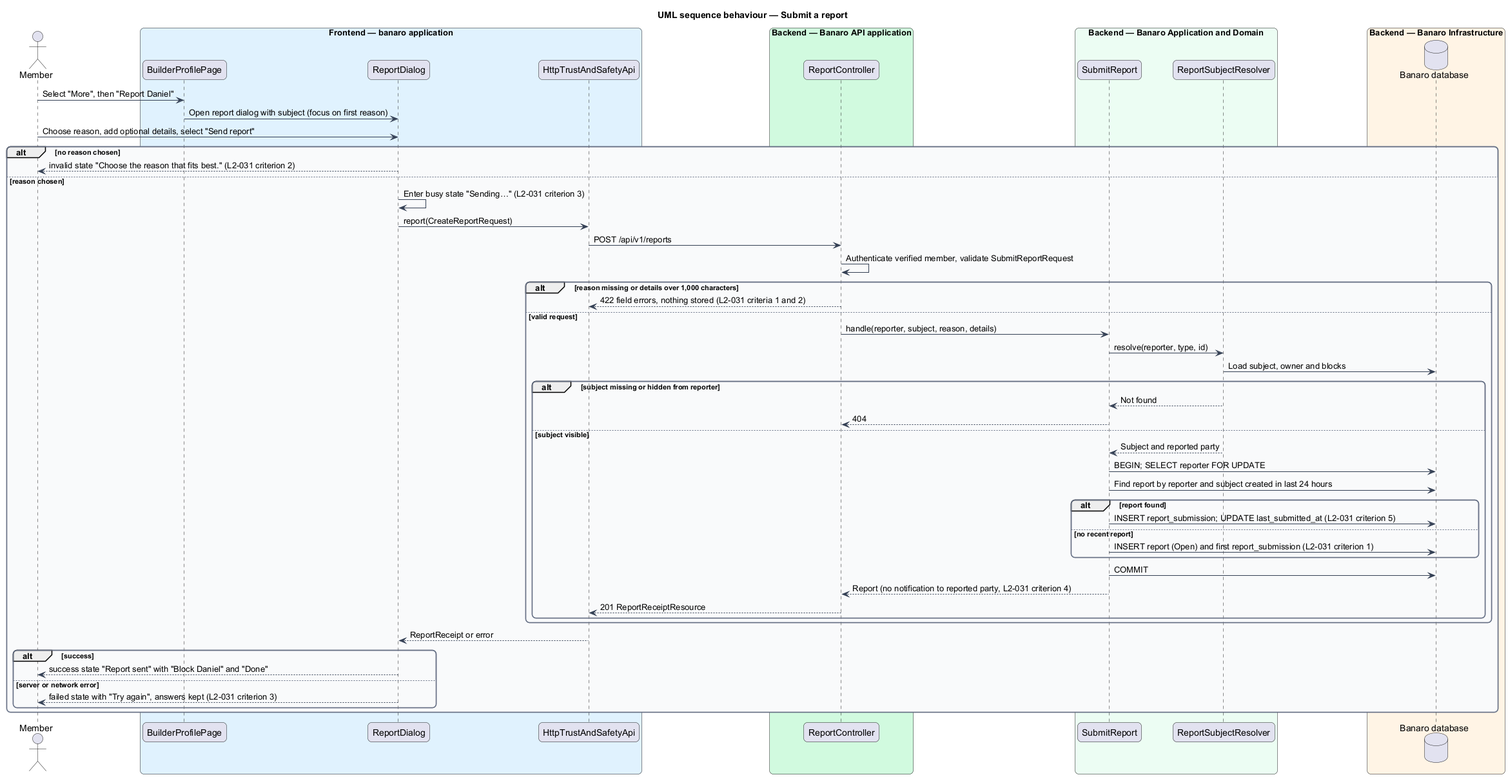
Before: docs/detailed-designs/trust-and-safety/report-content/diagrams/sequence-submit-report.png, a diagram exported from PlantUML (QuinntyneBrown/banaro). The source it was exported from:
```plantuml
@startuml
title UML sequence behaviour — Submit a report
skinparam backgroundColor #FFFFFF
skinparam shadowing false
skinparam roundcorner 12
skinparam defaultFontName Arial
skinparam ArrowColor #344054
skinparam rectangle {
  BorderColor #344054
  FontColor #101828
}
skinparam package {
  BorderColor #667085
  FontColor #101828
  BackgroundColor #F9FAFB
}
actor "Member" as actor
box "Frontend — banaro application" #E0F2FE
  participant "BuilderProfilePage" as page
  participant "ReportDialog" as dialog
  participant "HttpTrustAndSafetyApi" as client
end box
box "Backend — Banaro API application" #D1FADF
  participant "ReportController" as controller
end box
box "Backend — Banaro Application and Domain" #ECFDF3
  participant "SubmitReport" as action
  participant "ReportSubjectResolver" as resolver
end box
box "Backend — Banaro Infrastructure" #FFF4E5
  database "Banaro database" as db
end box

actor -> page : Select "More", then "Report Daniel"
page -> dialog : Open report dialog with subject (focus on first reason)
actor -> dialog : Choose reason, add optional details, select "Send report"
alt no reason chosen
  dialog --> actor : invalid state "Choose the reason that fits best." (L2-031 criterion 2)
else reason chosen
  dialog -> dialog : Enter busy state "Sending…" (L2-031 criterion 3)
  dialog -> client : report(CreateReportRequest)
  client -> controller : POST /api/v1/reports
  controller -> controller : Authenticate verified member, validate SubmitReportRequest
  alt reason missing or details over 1,000 characters
    controller --> client : 422 field errors, nothing stored (L2-031 criteria 1 and 2)
  else valid request
    controller -> action : handle(reporter, subject, reason, details)
    action -> resolver : resolve(reporter, type, id)
    resolver -> db : Load subject, owner and blocks
    alt subject missing or hidden from reporter
      resolver --> action : Not found
      action --> controller : 404
    else subject visible
      resolver --> action : Subject and reported party
      action -> db : BEGIN; SELECT reporter FOR UPDATE
      action -> db : Find report by reporter and subject created in last 24 hours
      alt report found
        action -> db : INSERT report_submission; UPDATE last_submitted_at (L2-031 criterion 5)
      else no recent report
        action -> db : INSERT report (Open) and first report_submission (L2-031 criterion 1)
      end
      action -> db : COMMIT
      action --> controller : Report (no notification to reported party, L2-031 criterion 4)
      controller --> client : 201 ReportReceiptResource
    end
  end
  client --> dialog : ReportReceipt or error
  alt success
    dialog --> actor : success state "Report sent" with "Block Daniel" and "Done"
  else server or network error
    dialog --> actor : failed state with "Try again", answers kept (L2-031 criterion 3)
  end
end
@enduml
```
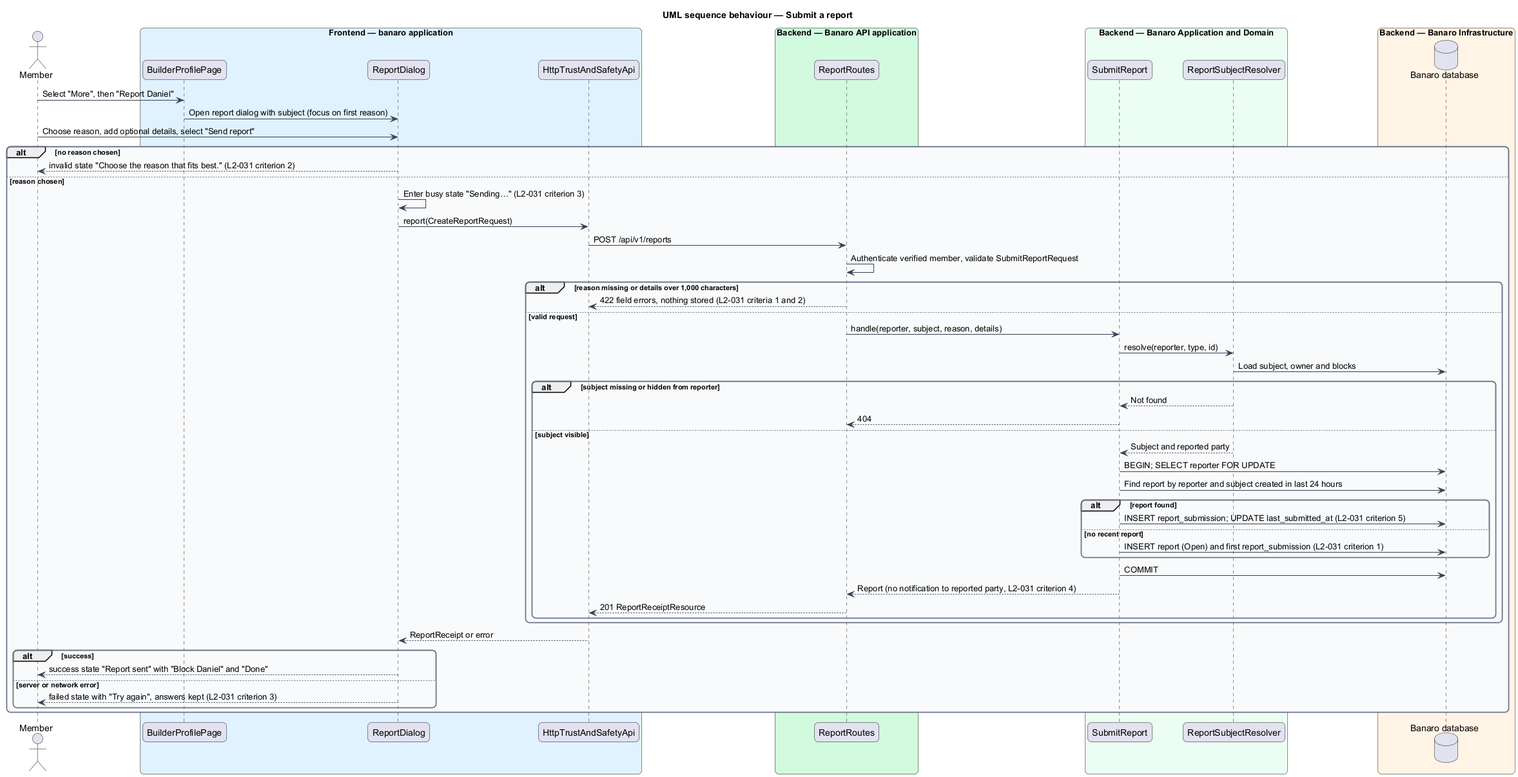
Later version of the same file.

What changed in the source:
```diff
@@ -21,7 +21,7 @@
   participant "HttpTrustAndSafetyApi" as client
 end box
 box "Backend — Banaro API application" #D1FADF
-  participant "ReportController" as controller
+  participant "ReportRoutes" as controller
 end box
 box "Backend — Banaro Application and Domain" #ECFDF3
   participant "SubmitReport" as action
```
